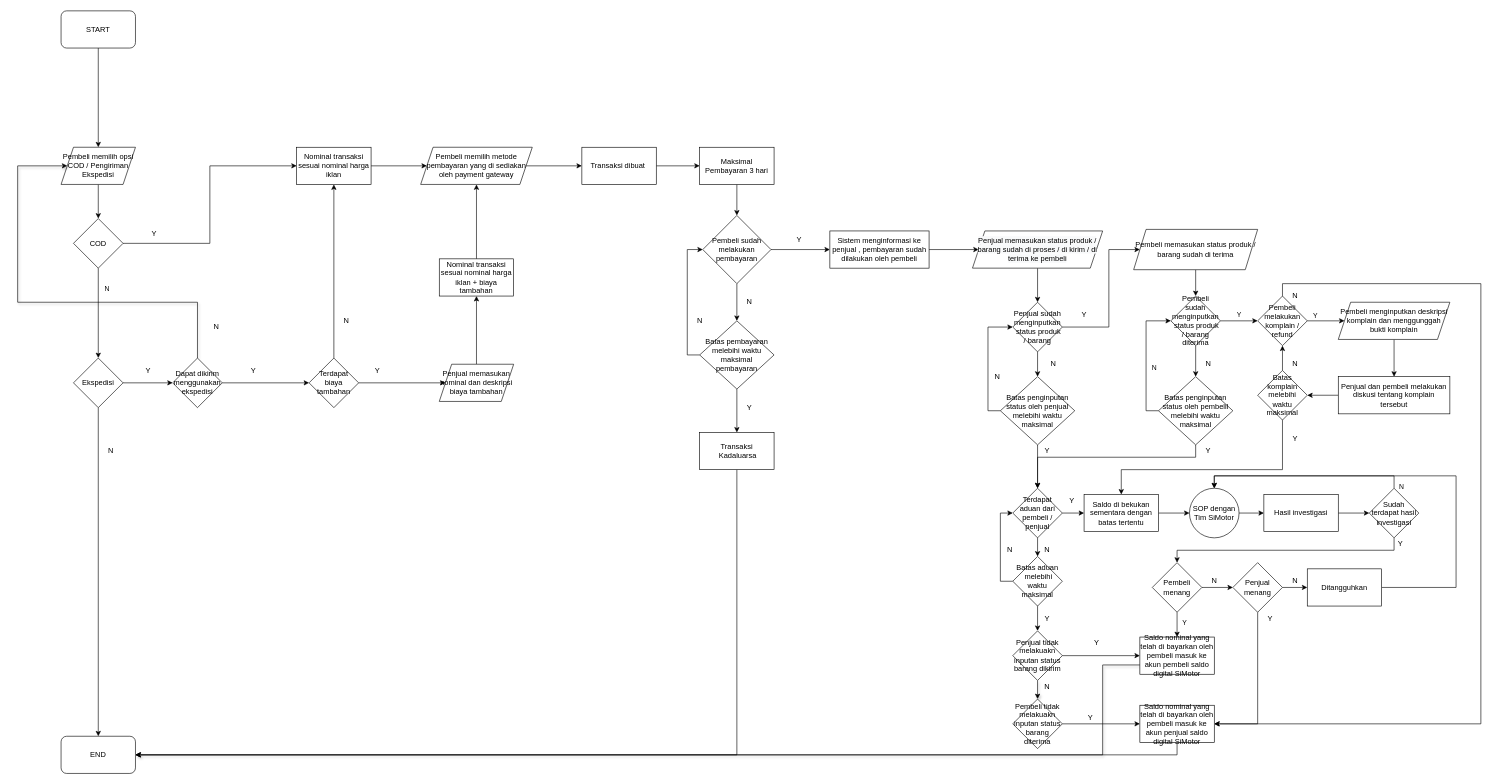
This is page "Transaksi" (5 of 5) of Diagram Tanpa Judul.drawio from digitalnayaka/diagramsimotor, a draw.io file, before an edit. Source tidied: cells renumbered, new cells numbered last; positions are measured from the earlier drawing's top-left corner, leaving out a move shared by most shapes. Both pictures are drawn from the tidied source at 62%, with x=0, y=0 at pixel (17, 11).
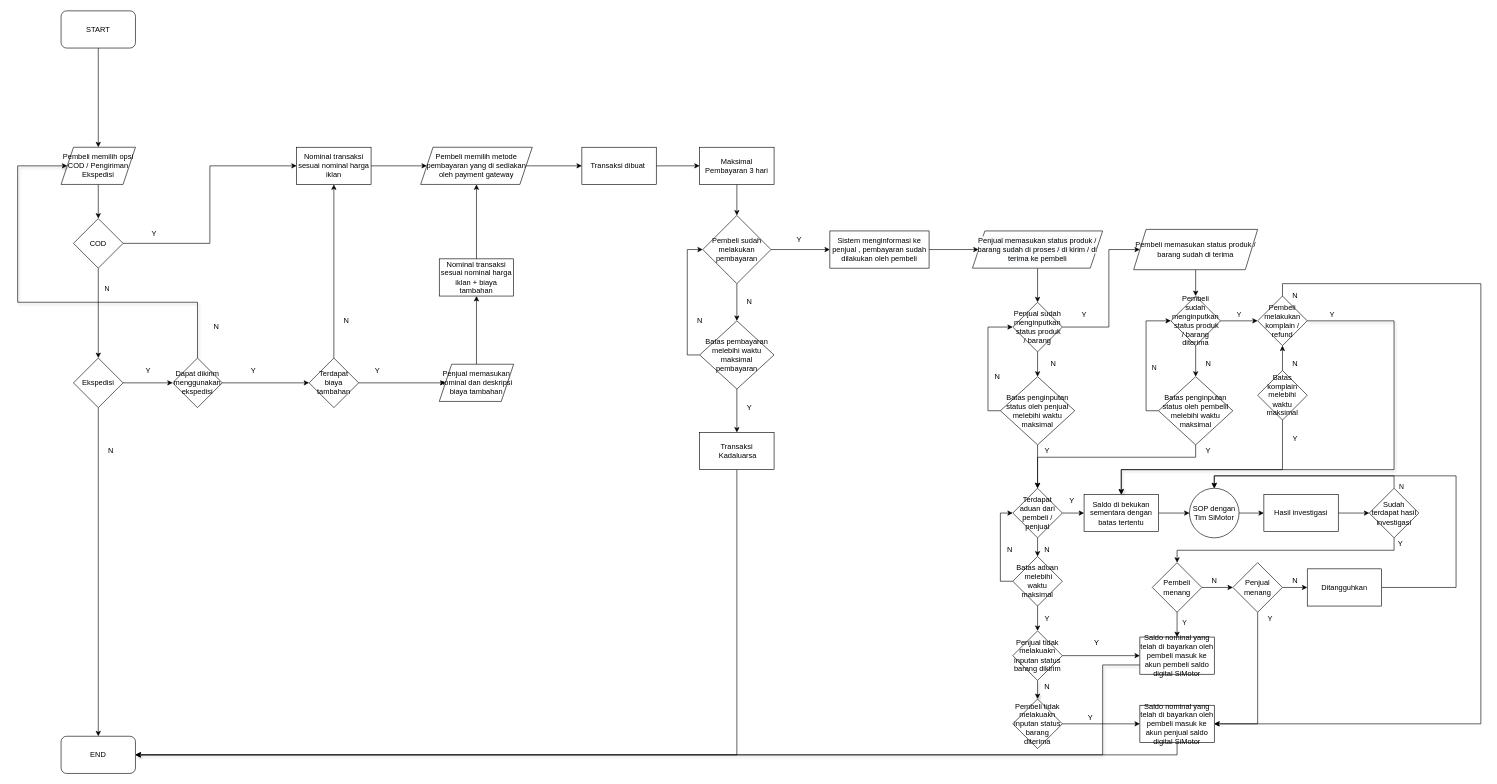
Above is the later version.

The change refers to these unchanged cells:
```xml
<mxCell id="81" value="Pembeli melakukan komplain / refund" style="rhombus;whiteSpace=wrap;html=1;" parent="1" vertex="1">
  <mxGeometry x="2000" y="460" width="80" height="80" as="geometry" />
</mxCell>
<mxCell id="88" value="Batas komplain melebihi waktu maksimal" style="rhombus;whiteSpace=wrap;html=1;" parent="1" vertex="1">
  <mxGeometry x="2000" y="580" width="80" height="80" as="geometry" />
</mxCell>
```

Change to the diagram source:
```diff
@@
-    <mxCell id="78" style="edgeStyle=orthogonalEdgeStyle;rounded=0;jettySize=auto;html=1;exitX=1;exitY=0.5;exitDx=0;exitDy=0;entryX=0;entryY=0.5;entryDx=0;entryDy=0;" parent="1" edge="1" source="81" target="83">
-      <mxGeometry relative="1" as="geometry" />
-    </mxCell>
-    <mxCell id="79" value="Y" style="edgeLabel;html=1;align=center;verticalAlign=middle;" parent="78" vertex="1">
-      <mxGeometry x="-0.6" y="9" relative="1" as="geometry" />
-    </mxCell>
@@
+    <mxCell id="136" style="edgeStyle=orthogonalEdgeStyle;rounded=0;jettySize=auto;html=1;exitX=1;exitY=0.5;exitDx=0;exitDy=0;shadow=1;" parent="1" edge="1" source="81">
+      <mxGeometry relative="1" as="geometry">
+        <mxPoint x="1780" y="780" as="targetPoint" />
+        <Array as="points">
+          <mxPoint x="2220" y="500" />
+          <mxPoint x="2220" y="740" />
+          <mxPoint x="1780" y="740" />
+        </Array>
+      </mxGeometry>
+    </mxCell>
@@
-    <mxCell id="82" style="edgeStyle=orthogonalEdgeStyle;rounded=0;jettySize=auto;html=1;exitX=0.5;exitY=1;exitDx=0;exitDy=0;entryX=0.5;entryY=0;entryDx=0;entryDy=0;" parent="1" edge="1" source="83" target="85">
-      <mxGeometry relative="1" as="geometry" />
-    </mxCell>
-    <mxCell id="83" value="Pembeli menginputkan deskripsi komplain dan menggunggah bukti komplain" style="shape=parallelogram;perimeter=parallelogramPerimeter;whiteSpace=wrap;html=1;fixedSize=1;" parent="1" vertex="1">
-      <mxGeometry x="2130" y="470" width="180" height="60" as="geometry" />
-    </mxCell>
-    <mxCell id="84" style="edgeStyle=orthogonalEdgeStyle;rounded=0;jettySize=auto;html=1;exitX=0;exitY=0.5;exitDx=0;exitDy=0;entryX=1;entryY=0.5;entryDx=0;entryDy=0;" parent="1" edge="1" source="85" target="88">
-      <mxGeometry relative="1" as="geometry" />
-    </mxCell>
-    <mxCell id="85" value="Penjual dan pembeli melakukan diskusi tentang komplain tersebut" style="rounded=0;whiteSpace=wrap;html=1;" parent="1" vertex="1">
-      <mxGeometry x="2130" y="590" width="180" height="60" as="geometry" />
-    </mxCell>
@@
+    <mxCell id="79" value="Y" style="text;html=1;align=center;verticalAlign=middle;strokeColor=none;fillColor=none;" parent="1" vertex="1">
+      <mxGeometry x="2105" y="475" width="30" height="30" as="geometry" />
+    </mxCell>
```
